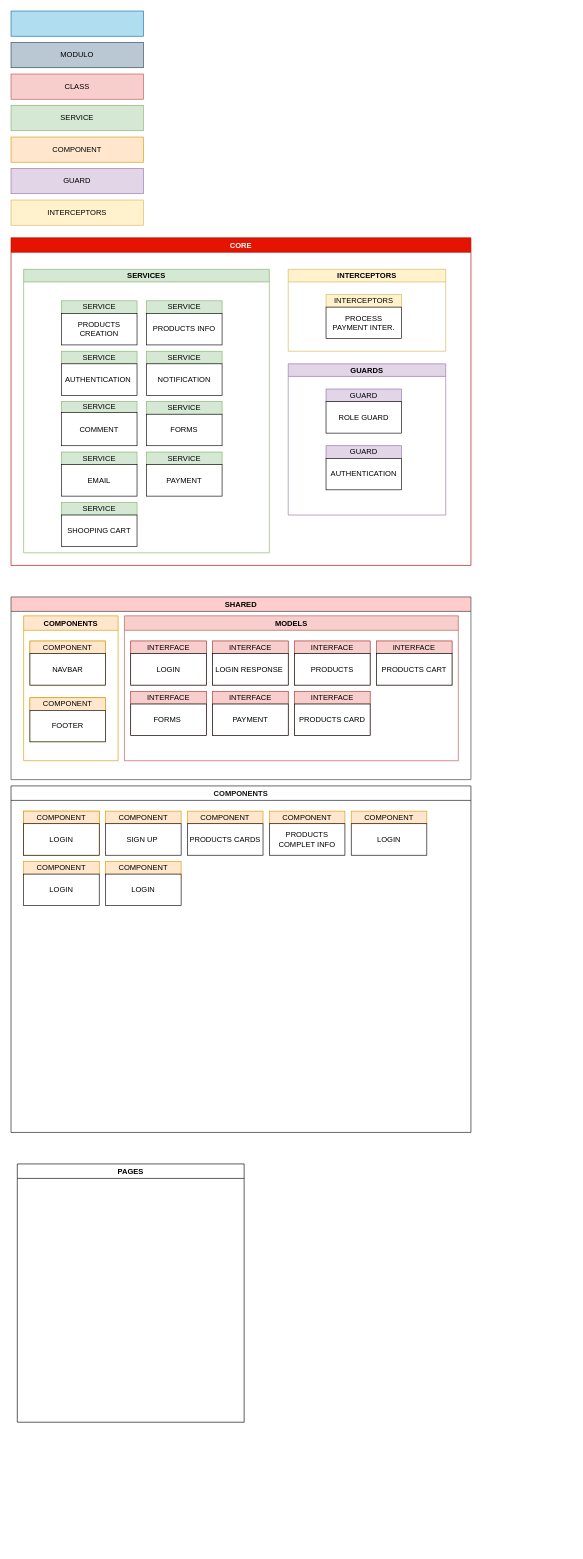
Lupesms97/DiagramaComponents keeps this draw.io diagram as Diagrama sem nome.drawio. Above is the earlier version. Source tidied: cells renumbered, new cells numbered last; positions are measured from the earlier drawing's top-left corner, leaving out a move shared by most shapes. Both pictures are drawn from the tidied source at 63%, with x=0, y=0 at pixel (11, 11).
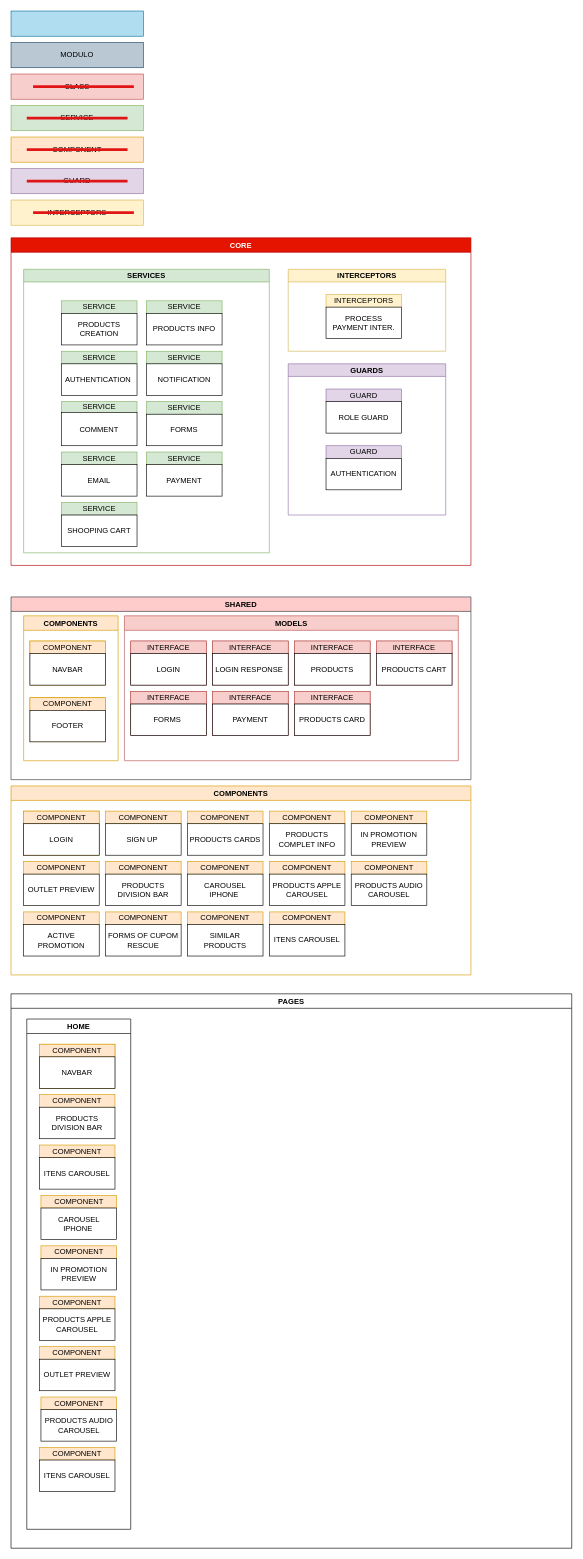
Above is the later version.

The change refers to these unchanged cells:
```xml
<mxCell id="11" style="group;" parent="6" vertex="1">
  <mxGeometry x="20" y="120" width="120" height="70" as="geometry" />
</mxCell>
<mxCell id="14" style="group;" parent="6" vertex="1">
  <mxGeometry x="540" y="40" width="120" height="70" as="geometry" />
</mxCell>
<mxCell id="23" style="group;" parent="6" vertex="1">
  <mxGeometry x="150" y="120" width="120" height="70" as="geometry" />
</mxCell>
```

The edit, as a diff of the source:
```diff
@@
-    <mxCell id="6" value="COMPONENTS" style="swimlane;fontColor=#141414;labelBackgroundColor=none;strokeColor=#121111;rounded=0;" parent="1" vertex="1">
-      <mxGeometry y="1230" width="730" height="550" as="geometry" />
+    <mxCell id="6" value="COMPONENTS" style="swimlane;labelBackgroundColor=none;strokeColor=#d79b00;rounded=0;fillColor=#ffe6cc;" parent="1" vertex="1">
+      <mxGeometry y="1230" width="730" height="300" as="geometry" />
     </mxCell>
@@
-    <mxCell id="13" value="LOGIN" style="rounded=0;whiteSpace=wrap;html=1;fixDash=0;" parent="11" vertex="1">
+    <mxCell id="13" value="OUTLET PREVIEW" style="rounded=0;whiteSpace=wrap;html=1;fixDash=0;" parent="11" vertex="1">
       <mxGeometry y="20" width="120" height="50" as="geometry" />
     </mxCell>
@@
-    <mxCell id="16" value="LOGIN" style="rounded=0;whiteSpace=wrap;html=1;fixDash=0;" parent="14" vertex="1">
+    <mxCell id="16" value="IN PROMOTION&lt;br&gt;PREVIEW" style="rounded=0;whiteSpace=wrap;html=1;fixDash=0;" parent="14" vertex="1">
       <mxGeometry y="20" width="120" height="50" as="geometry" />
     </mxCell>
@@
-    <mxCell id="25" value="LOGIN" style="rounded=0;whiteSpace=wrap;html=1;fixDash=0;" parent="23" vertex="1">
+    <mxCell id="25" value="PRODUCTS DIVISION BAR" style="rounded=0;whiteSpace=wrap;html=1;fixDash=0;" parent="23" vertex="1">
       <mxGeometry y="20" width="120" height="50" as="geometry" />
     </mxCell>
@@
+    <mxCell id="103" style="group;" parent="6" vertex="1">
+      <mxGeometry x="280" y="120" width="120" height="70" as="geometry" />
+    </mxCell>
+    <mxCell id="104" value="COMPONENT" style="rounded=0;whiteSpace=wrap;html=1;fillColor=#ffe6cc;strokeColor=#d79b00;fixDash=0;" parent="103" vertex="1">
+      <mxGeometry width="120" height="20" as="geometry" />
+    </mxCell>
+    <mxCell id="105" value="CAROUSEL &lt;br&gt;IPHONE&amp;nbsp;" style="rounded=0;whiteSpace=wrap;html=1;fixDash=0;" parent="103" vertex="1">
+      <mxGeometry y="20" width="120" height="50" as="geometry" />
+    </mxCell>
+    <mxCell id="106" style="group;" parent="6" vertex="1">
+      <mxGeometry x="410" y="120" width="120" height="70" as="geometry" />
+    </mxCell>
+    <mxCell id="107" value="COMPONENT" style="rounded=0;whiteSpace=wrap;html=1;fillColor=#ffe6cc;strokeColor=#d79b00;fixDash=0;" parent="106" vertex="1">
+      <mxGeometry width="120" height="20" as="geometry" />
+    </mxCell>
+    <mxCell id="108" value="PRODUCTS APPLE CAROUSEL" style="rounded=0;whiteSpace=wrap;html=1;fixDash=0;" parent="106" vertex="1">
+      <mxGeometry y="20" width="120" height="50" as="geometry" />
+    </mxCell>
+    <mxCell id="109" style="group;" parent="6" vertex="1">
+      <mxGeometry x="540" y="120" width="120" height="70" as="geometry" />
+    </mxCell>
+    <mxCell id="110" value="COMPONENT" style="rounded=0;whiteSpace=wrap;html=1;fillColor=#ffe6cc;strokeColor=#d79b00;fixDash=0;" parent="109" vertex="1">
+      <mxGeometry width="120" height="20" as="geometry" />
+    </mxCell>
+    <mxCell id="111" value="PRODUCTS AUDIO CAROUSEL" style="rounded=0;whiteSpace=wrap;html=1;fixDash=0;" parent="109" vertex="1">
+      <mxGeometry y="20" width="120" height="50" as="geometry" />
+    </mxCell>
+    <mxCell id="112" style="group;" parent="6" vertex="1">
+      <mxGeometry x="20" y="200" width="120" height="70" as="geometry" />
+    </mxCell>
+    <mxCell id="113" value="COMPONENT" style="rounded=0;whiteSpace=wrap;html=1;fillColor=#ffe6cc;strokeColor=#d79b00;fixDash=0;" parent="112" vertex="1">
+      <mxGeometry width="120" height="20" as="geometry" />
+    </mxCell>
+    <mxCell id="114" value="ACTIVE PROMOTION" style="rounded=0;whiteSpace=wrap;html=1;fixDash=0;" parent="112" vertex="1">
+      <mxGeometry y="20" width="120" height="50" as="geometry" />
+    </mxCell>
+    <mxCell id="115" style="group;" parent="6" vertex="1">
+      <mxGeometry x="150" y="200" width="120" height="70" as="geometry" />
+    </mxCell>
+    <mxCell id="116" value="COMPONENT" style="rounded=0;whiteSpace=wrap;html=1;fillColor=#ffe6cc;strokeColor=#d79b00;fixDash=0;" parent="115" vertex="1">
+      <mxGeometry width="120" height="20" as="geometry" />
+    </mxCell>
+    <mxCell id="117" value="FORMS OF CUPOM RESCUE" style="rounded=0;whiteSpace=wrap;html=1;fixDash=0;" parent="115" vertex="1">
+      <mxGeometry y="20" width="120" height="50" as="geometry" />
+    </mxCell>
+    <mxCell id="118" style="group;" parent="6" vertex="1">
+      <mxGeometry x="280" y="200" width="120" height="70" as="geometry" />
+    </mxCell>
+    <mxCell id="119" value="COMPONENT" style="rounded=0;whiteSpace=wrap;html=1;fillColor=#ffe6cc;strokeColor=#d79b00;fixDash=0;" parent="118" vertex="1">
+      <mxGeometry width="120" height="20" as="geometry" />
+    </mxCell>
+    <mxCell id="120" value="SIMILAR &lt;br&gt;PRODUCTS" style="rounded=0;whiteSpace=wrap;html=1;fixDash=0;" parent="118" vertex="1">
+      <mxGeometry y="20" width="120" height="50" as="geometry" />
+    </mxCell>
+    <mxCell id="121" style="group;" parent="6" vertex="1">
+      <mxGeometry x="410" y="200" width="120" height="70" as="geometry" />
+    </mxCell>
+    <mxCell id="122" value="COMPONENT" style="rounded=0;whiteSpace=wrap;html=1;fillColor=#ffe6cc;strokeColor=#d79b00;fixDash=0;" parent="121" vertex="1">
+      <mxGeometry width="120" height="20" as="geometry" />
+    </mxCell>
+    <mxCell id="123" value="ITENS CAROUSEL" style="rounded=0;whiteSpace=wrap;html=1;fixDash=0;" parent="121" vertex="1">
+      <mxGeometry y="20" width="120" height="50" as="geometry" />
+    </mxCell>
@@
     <mxCell id="99" value="PAGES" style="swimlane;rounded=0;" parent="1" vertex="1">
-      <mxGeometry x="10" y="1830" width="360" height="410" as="geometry" />
+      <mxGeometry y="1560" width="890" height="880" as="geometry" />
     </mxCell>
+    <mxCell id="124" value="HOME" style="swimlane;rounded=0;" parent="99" vertex="1">
+      <mxGeometry x="25" y="40" width="165" height="810" as="geometry" />
+    </mxCell>
+    <mxCell id="125" style="group;fixDash=0;fillColor=#ffe6cc;strokeColor=#d79b00;imageVerticalAlign=middle;" parent="124" vertex="1">
+      <mxGeometry x="20" y="40" width="120" height="70" as="geometry" />
+    </mxCell>
+    <mxCell id="126" value="COMPONENT" style="rounded=0;whiteSpace=wrap;html=1;fillColor=#ffe6cc;strokeColor=#d79b00;fixDash=0;imageVerticalAlign=middle;" parent="125" vertex="1">
+      <mxGeometry width="120" height="20" as="geometry" />
+    </mxCell>
+    <mxCell id="127" value="NAVBAR" style="rounded=0;whiteSpace=wrap;html=1;fixDash=0;imageVerticalAlign=middle;" parent="125" vertex="1">
+      <mxGeometry y="20" width="120" height="50" as="geometry" />
+    </mxCell>
+    <mxCell id="128" style="group;imageVerticalAlign=middle;" parent="124" vertex="1">
+      <mxGeometry x="20" y="120" width="120" height="70" as="geometry" />
+    </mxCell>
+    <mxCell id="129" value="COMPONENT" style="rounded=0;whiteSpace=wrap;html=1;fillColor=#ffe6cc;strokeColor=#d79b00;fixDash=0;imageVerticalAlign=middle;" parent="128" vertex="1">
+      <mxGeometry width="120" height="20" as="geometry" />
+    </mxCell>
+    <mxCell id="130" value="PRODUCTS DIVISION BAR" style="rounded=0;whiteSpace=wrap;html=1;fixDash=0;imageVerticalAlign=middle;" parent="128" vertex="1">
+      <mxGeometry y="20" width="120" height="50" as="geometry" />
+    </mxCell>
+    <mxCell id="131" style="group;imageVerticalAlign=middle;" parent="124" vertex="1">
+      <mxGeometry x="20" y="200" width="120" height="70" as="geometry" />
+    </mxCell>
+    <mxCell id="132" value="COMPONENT" style="rounded=0;whiteSpace=wrap;html=1;fillColor=#ffe6cc;strokeColor=#d79b00;fixDash=0;imageVerticalAlign=middle;" parent="131" vertex="1">
+      <mxGeometry width="120" height="20" as="geometry" />
+    </mxCell>
+    <mxCell id="133" value="ITENS CAROUSEL" style="rounded=0;whiteSpace=wrap;html=1;fixDash=0;imageVerticalAlign=middle;" parent="131" vertex="1">
+      <mxGeometry y="20" width="120" height="50" as="geometry" />
+    </mxCell>
+    <mxCell id="134" style="group;imageVerticalAlign=middle;" parent="124" vertex="1">
+      <mxGeometry x="22.5" y="280" width="120" height="70" as="geometry" />
+    </mxCell>
+    <mxCell id="135" value="COMPONENT" style="rounded=0;whiteSpace=wrap;html=1;fillColor=#ffe6cc;strokeColor=#d79b00;fixDash=0;imageVerticalAlign=middle;" parent="134" vertex="1">
+      <mxGeometry width="120" height="20" as="geometry" />
+    </mxCell>
+    <mxCell id="136" value="CAROUSEL &lt;br&gt;IPHONE&amp;nbsp;" style="rounded=0;whiteSpace=wrap;html=1;fixDash=0;imageVerticalAlign=middle;" parent="134" vertex="1">
+      <mxGeometry y="20" width="120" height="50" as="geometry" />
+    </mxCell>
+    <mxCell id="137" style="group;imageVerticalAlign=middle;" parent="124" vertex="1">
+      <mxGeometry x="22.5" y="360" width="120" height="70" as="geometry" />
+    </mxCell>
+    <mxCell id="138" value="COMPONENT" style="rounded=0;whiteSpace=wrap;html=1;fillColor=#ffe6cc;strokeColor=#d79b00;fixDash=0;imageVerticalAlign=middle;" parent="137" vertex="1">
+      <mxGeometry width="120" height="20" as="geometry" />
+    </mxCell>
+    <mxCell id="139" value="IN PROMOTION&lt;br&gt;PREVIEW" style="rounded=0;whiteSpace=wrap;html=1;fixDash=0;imageVerticalAlign=middle;" parent="137" vertex="1">
+      <mxGeometry y="20" width="120" height="50" as="geometry" />
+    </mxCell>
+    <mxCell id="140" style="group;imageVerticalAlign=middle;" parent="124" vertex="1">
+      <mxGeometry x="20" y="440" width="120" height="70" as="geometry" />
+    </mxCell>
+    <mxCell id="141" value="COMPONENT" style="rounded=0;whiteSpace=wrap;html=1;fillColor=#ffe6cc;strokeColor=#d79b00;fixDash=0;imageVerticalAlign=middle;" parent="140" vertex="1">
+      <mxGeometry width="120" height="20" as="geometry" />
+    </mxCell>
+    <mxCell id="142" value="PRODUCTS APPLE CAROUSEL" style="rounded=0;whiteSpace=wrap;html=1;fixDash=0;imageVerticalAlign=middle;" parent="140" vertex="1">
+      <mxGeometry y="20" width="120" height="50" as="geometry" />
+    </mxCell>
+    <mxCell id="143" style="group;imageVerticalAlign=middle;" parent="124" vertex="1">
+      <mxGeometry x="20" y="520" width="120" height="70" as="geometry" />
+    </mxCell>
+    <mxCell id="144" value="COMPONENT" style="rounded=0;whiteSpace=wrap;html=1;fillColor=#ffe6cc;strokeColor=#d79b00;fixDash=0;imageVerticalAlign=middle;" parent="143" vertex="1">
+      <mxGeometry width="120" height="20" as="geometry" />
+    </mxCell>
+    <mxCell id="145" value="OUTLET PREVIEW" style="rounded=0;whiteSpace=wrap;html=1;fixDash=0;imageVerticalAlign=middle;" parent="143" vertex="1">
+      <mxGeometry y="20" width="120" height="50" as="geometry" />
+    </mxCell>
+    <mxCell id="146" style="group;" parent="124" vertex="1">
+      <mxGeometry x="22.5" y="600" width="120" height="70" as="geometry" />
+    </mxCell>
+    <mxCell id="147" value="COMPONENT" style="rounded=0;whiteSpace=wrap;html=1;fillColor=#ffe6cc;strokeColor=#d79b00;fixDash=0;" parent="146" vertex="1">
+      <mxGeometry width="120" height="20" as="geometry" />
+    </mxCell>
+    <mxCell id="148" value="PRODUCTS AUDIO CAROUSEL" style="rounded=0;whiteSpace=wrap;html=1;fixDash=0;" parent="146" vertex="1">
+      <mxGeometry y="20" width="120" height="50" as="geometry" />
+    </mxCell>
+    <mxCell id="149" style="group;" parent="124" vertex="1">
+      <mxGeometry x="20" y="680" width="120" height="70" as="geometry" />
+    </mxCell>
+    <mxCell id="150" value="COMPONENT" style="rounded=0;whiteSpace=wrap;html=1;fillColor=#ffe6cc;strokeColor=#d79b00;fixDash=0;" parent="149" vertex="1">
+      <mxGeometry width="120" height="20" as="geometry" />
+    </mxCell>
+    <mxCell id="151" value="ITENS CAROUSEL" style="rounded=0;whiteSpace=wrap;html=1;fixDash=0;" parent="149" vertex="1">
+      <mxGeometry y="20" width="120" height="50" as="geometry" />
+    </mxCell>
@@
+    <mxCell id="152" style="line;strokeWidth=4;html=1;perimeter=backbonePerimeter;strokeColor=#e01515;" parent="1" vertex="1">
+      <mxGeometry x="25" y="265" width="160" height="10" as="geometry" />
+    </mxCell>
+    <mxCell id="153" style="line;strokeWidth=4;html=1;perimeter=backbonePerimeter;strokeColor=#e01515;" parent="1" vertex="1">
+      <mxGeometry x="25" y="165" width="160" height="10" as="geometry" />
+    </mxCell>
+    <mxCell id="154" style="line;strokeWidth=4;html=1;perimeter=backbonePerimeter;strokeColor=#e01515;" parent="1" vertex="1">
+      <mxGeometry x="35" y="115" width="160" height="10" as="geometry" />
+    </mxCell>
+    <mxCell id="155" style="line;strokeWidth=4;html=1;perimeter=backbonePerimeter;strokeColor=#e01515;" parent="1" vertex="1">
+      <mxGeometry x="25" y="215" width="160" height="10" as="geometry" />
+    </mxCell>
+    <mxCell id="156" style="line;strokeWidth=4;html=1;perimeter=backbonePerimeter;strokeColor=#e01515;" parent="1" vertex="1">
+      <mxGeometry x="35" y="315" width="160" height="10" as="geometry" />
+    </mxCell>
```
